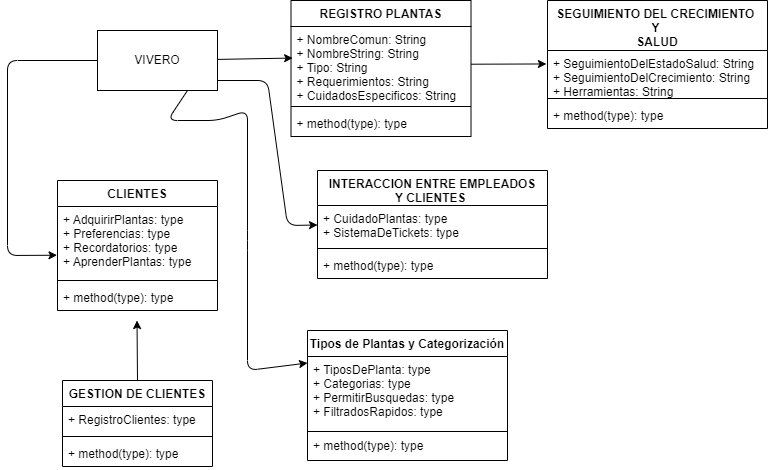
Before: Proyecto/demo/vivero.drawio.png, a diagram exported from draw.io (JuanEstebanGaleano/Programacion-1). Source tidied: cells renumbered, new cells last; positions are measured from the earlier drawing's top-left corner, leaving out a move shared by most shapes.
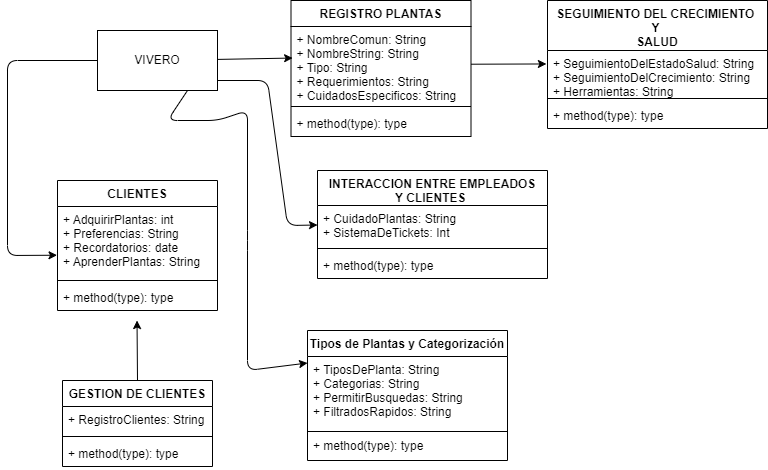
After the commit.

What changed in the source:
```diff
@@ -66,7 +66,7 @@
     <mxCell id="16" value="CLIENTES" style="swimlane;fontStyle=1;align=center;verticalAlign=top;horizontal=1;startSize=26;" parent="1" vertex="1">
       <mxGeometry x="50" y="180" width="160" height="130" as="geometry" />
     </mxCell>
-    <mxCell id="17" value="+ AdquirirPlantas: type&#10;+ Preferencias: type&#10;+ Recordatorios: type&#10;+ AprenderPlantas: type&#10;&#10;&#10;&#10;" style="text;strokeColor=none;fillColor=none;align=left;verticalAlign=top;spacingLeft=4;spacingRight=4;overflow=hidden;points=[[0,0.5],[1,0.5]];portConstraint=eastwest;" parent="16" vertex="1">
+    <mxCell id="17" value="+ AdquirirPlantas: int&#10;+ Preferencias: String&#10;+ Recordatorios: date&#10;+ AprenderPlantas: String&#10;&#10;&#10;&#10;" style="text;strokeColor=none;fillColor=none;align=left;verticalAlign=top;spacingLeft=4;spacingRight=4;overflow=hidden;points=[[0,0.5],[1,0.5]];portConstraint=eastwest;" parent="16" vertex="1">
       <mxGeometry y="26" width="160" height="70" as="geometry" />
     </mxCell>
     <mxCell id="18" style="line;strokeWidth=1;fillColor=none;align=left;verticalAlign=middle;spacingTop=-1;spacingLeft=3;spacingRight=3;labelPosition=right;strokeColor=inherit;" parent="16" vertex="1">
@@ -78,7 +78,7 @@
     <mxCell id="20" value="INTERACCION ENTRE EMPLEADOS &#10;Y CLIENTES &#10;" style="swimlane;fontStyle=1;align=center;verticalAlign=top;horizontal=1;startSize=35;" parent="1" vertex="1">
       <mxGeometry x="310" y="170" width="230" height="108" as="geometry" />
     </mxCell>
-    <mxCell id="21" value="+ CuidadoPlantas: type&#10;+ SistemaDeTickets: type&#10;" style="text;strokeColor=none;fillColor=none;align=left;verticalAlign=top;spacingLeft=4;spacingRight=4;overflow=hidden;points=[[0,0.5],[1,0.5]];portConstraint=eastwest;" parent="20" vertex="1">
+    <mxCell id="21" value="+ CuidadoPlantas: String&#10;+ SistemaDeTickets: Int&#10;" style="text;strokeColor=none;fillColor=none;align=left;verticalAlign=top;spacingLeft=4;spacingRight=4;overflow=hidden;points=[[0,0.5],[1,0.5]];portConstraint=eastwest;" parent="20" vertex="1">
       <mxGeometry y="35" width="230" height="39" as="geometry" />
     </mxCell>
     <mxCell id="22" style="line;strokeWidth=1;fillColor=none;align=left;verticalAlign=middle;spacingTop=-1;spacingLeft=3;spacingRight=3;labelPosition=right;strokeColor=inherit;" parent="20" vertex="1">
@@ -90,7 +90,7 @@
     <mxCell id="24" value="Tipos de Plantas y Categorización&#10;" style="swimlane;fontStyle=1;align=center;verticalAlign=top;horizontal=1;startSize=26;" parent="1" vertex="1">
       <mxGeometry x="300" y="330" width="200" height="130" as="geometry" />
     </mxCell>
-    <mxCell id="25" value="+ TiposDePlanta: type&#10;+ Categorias: type&#10;+ PermitirBusquedas: type&#10;+ FiltradosRapidos: type" style="text;strokeColor=none;fillColor=none;align=left;verticalAlign=top;spacingLeft=4;spacingRight=4;overflow=hidden;" parent="24" vertex="1">
+    <mxCell id="25" value="+ TiposDePlanta: String&#10;+ Categorias: String&#10;+ PermitirBusquedas: String&#10;+ FiltradosRapidos: String" style="text;strokeColor=none;fillColor=none;align=left;verticalAlign=top;spacingLeft=4;spacingRight=4;overflow=hidden;" parent="24" vertex="1">
       <mxGeometry y="26" width="200" height="74" as="geometry" />
     </mxCell>
     <mxCell id="26" style="line;strokeWidth=1;fillColor=none;align=left;verticalAlign=middle;spacingTop=-1;spacingLeft=3;spacingRight=3;labelPosition=right;strokeColor=inherit;" parent="24" vertex="1">
@@ -105,7 +105,7 @@
     <mxCell id="29" value="GESTION DE CLIENTES" style="swimlane;fontStyle=1;align=center;verticalAlign=top;horizontal=1;startSize=26;" parent="1" vertex="1">
       <mxGeometry x="55" y="380" width="150" height="86" as="geometry" />
     </mxCell>
-    <mxCell id="30" value="+ RegistroClientes: type" style="text;strokeColor=none;fillColor=none;align=left;verticalAlign=top;spacingLeft=4;spacingRight=4;overflow=hidden;" parent="29" vertex="1">
+    <mxCell id="30" value="+ RegistroClientes: String" style="text;strokeColor=none;fillColor=none;align=left;verticalAlign=top;spacingLeft=4;spacingRight=4;overflow=hidden;" parent="29" vertex="1">
       <mxGeometry y="26" width="150" height="26" as="geometry" />
     </mxCell>
     <mxCell id="31" style="line;strokeWidth=1;fillColor=none;align=left;verticalAlign=middle;spacingTop=-1;spacingLeft=3;spacingRight=3;labelPosition=right;strokeColor=inherit;" parent="29" vertex="1">
```
